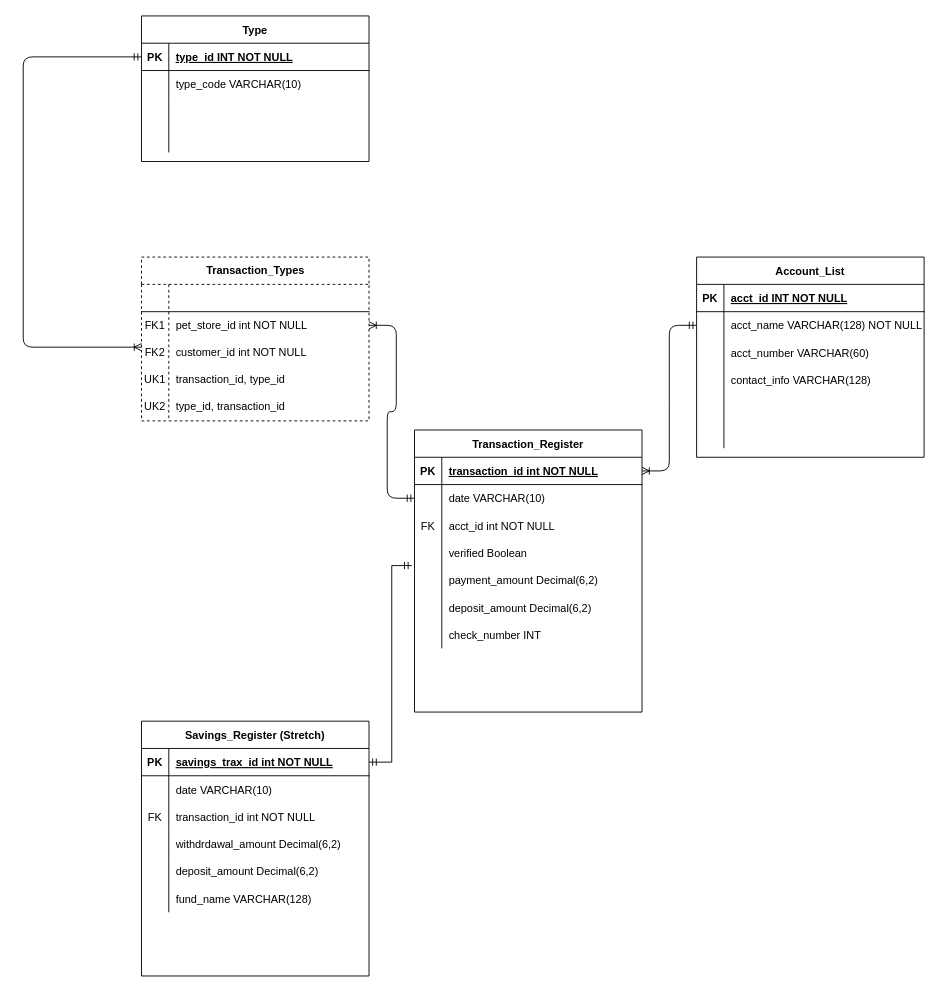
Earlier version of the draw.io diagram TimKing-FinalProject_Online-CheckBook.drawio (kingt419867/BE-Final-Project). Source tidied: cells renumbered, new cells numbered last; positions are measured from the earlier drawing's top-left corner, leaving out a move shared by most shapes. Both pictures are drawn from the tidied source at 91%, with x=0, y=0 at pixel (23, 15).
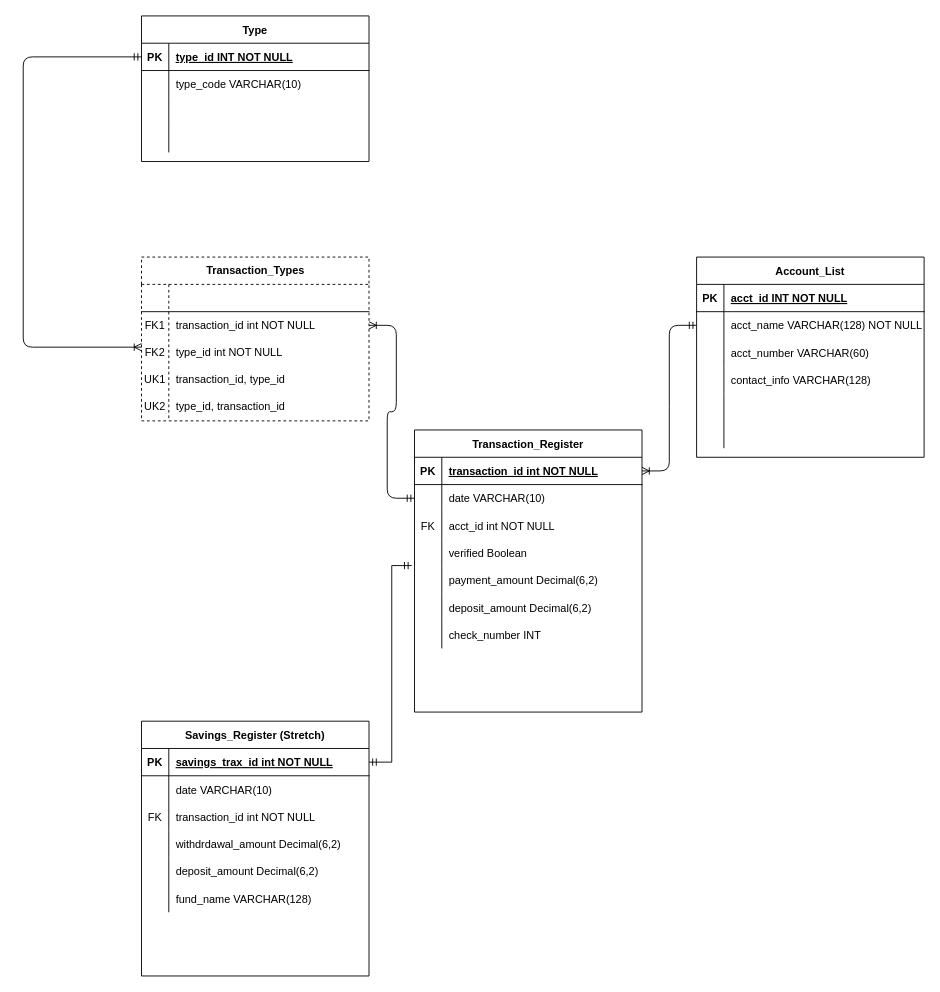
Above is the later version.

Unchanged cells that the change refers to:
```xml
<mxCell id="62" style="shape=tableRow;horizontal=0;startSize=0;swimlaneHead=0;swimlaneBody=0;fillColor=none;points=[[0,0.5],[1,0.5]];portConstraint=eastwest;top=0;left=0;right=0;bottom=0;" parent="58" vertex="1">
  <mxGeometry y="60" width="250" height="30" as="geometry" />
</mxCell>
<mxCell id="65" style="shape=tableRow;horizontal=0;startSize=0;swimlaneHead=0;swimlaneBody=0;fillColor=none;points=[[0,0.5],[1,0.5]];portConstraint=eastwest;top=0;left=0;right=0;bottom=0;" parent="58" vertex="1">
  <mxGeometry y="90" width="250" height="30" as="geometry" />
</mxCell>
```

Change to the diagram source:
```diff
@@
-    <mxCell id="64" value="pet_store_id int NOT NULL" style="shape=partialRectangle;fillColor=none;top=0;left=0;bottom=0;right=0;align=left;spacingLeft=6;overflow=hidden;whiteSpace=wrap;html=1;" parent="62" vertex="1">
+    <mxCell id="64" value="transaction_id int NOT NULL" style="shape=partialRectangle;fillColor=none;top=0;left=0;bottom=0;right=0;align=left;spacingLeft=6;overflow=hidden;whiteSpace=wrap;html=1;" parent="62" vertex="1">
       <mxGeometry x="30" width="220" height="30" as="geometry" />
     </mxCell>
@@
-    <mxCell id="67" value="customer_id int NOT NULL" style="shape=partialRectangle;fillColor=none;top=0;left=0;bottom=0;right=0;align=left;spacingLeft=6;overflow=hidden;whiteSpace=wrap;html=1;" parent="65" vertex="1">
+    <mxCell id="67" value="type_id int NOT NULL" style="shape=partialRectangle;fillColor=none;top=0;left=0;bottom=0;right=0;align=left;spacingLeft=6;overflow=hidden;whiteSpace=wrap;html=1;" parent="65" vertex="1">
       <mxGeometry x="30" width="220" height="30" as="geometry" />
     </mxCell>
```
